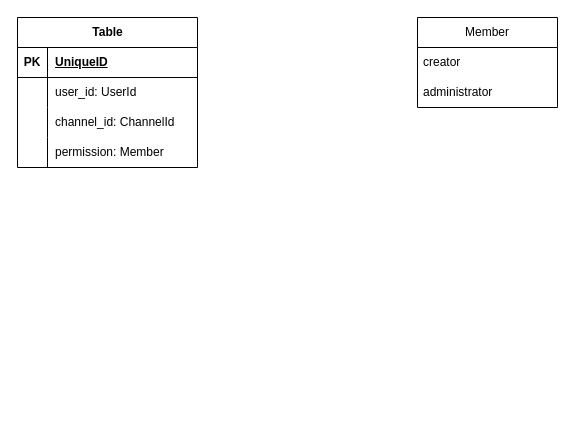
KmvRoman/Diagrams keeps this draw.io diagram as page "database cheme" (2 of 2) of ChatGPT typing.drawio. Above is the earlier version. Source tidied: cells renumbered, new cells numbered last; positions are measured from the earlier drawing's top-left corner, leaving out a move shared by most shapes. Both pictures are drawn from the tidied source at 100%, with x=0, y=0 at pixel (17, 17).
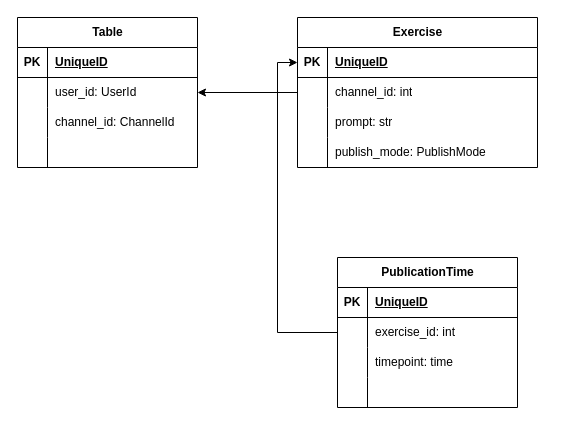
After the change.

Unchanged cells that the change refers to:
```xml
<mxCell id="6" style="shape=tableRow;horizontal=0;startSize=0;swimlaneHead=0;swimlaneBody=0;fillColor=none;points=[[0,0.5],[1,0.5]];portConstraint=eastwest;top=0;left=0;right=0;bottom=0;" parent="2" vertex="1">
  <mxGeometry y="60" width="180" height="30" as="geometry" />
</mxCell>
<mxCell id="12" style="shape=tableRow;horizontal=0;startSize=0;swimlaneHead=0;swimlaneBody=0;fillColor=none;top=0;left=0;right=0;bottom=0;" parent="2" vertex="1">
  <mxGeometry y="120" width="180" height="30" as="geometry" />
</mxCell>
```

The edit, as a diff of the source:
```diff
@@
-    <mxCell id="14" value="permission: Member" style="shape=partialRectangle;fillColor=none;top=0;left=0;bottom=0;right=0;align=left;spacingLeft=6;overflow=hidden;whiteSpace=wrap;html=1;" parent="12" vertex="1">
+    <mxCell id="14" style="shape=partialRectangle;fillColor=none;top=0;left=0;bottom=0;right=0;align=left;spacingLeft=6;overflow=hidden;whiteSpace=wrap;html=1;" parent="12" vertex="1">
       <mxGeometry x="30" width="150" height="30" as="geometry" />
     </mxCell>
-    <mxCell id="15" value="Member" style="swimlane;fontStyle=0;horizontal=1;startSize=30;whiteSpace=wrap;html=1;" parent="1" vertex="1">
-      <mxGeometry x="400" width="140" height="90" as="geometry" />
-    </mxCell>
-    <mxCell id="16" value="creator" style="text;strokeColor=none;fillColor=none;align=left;verticalAlign=middle;spacingLeft=4;spacingRight=4;overflow=hidden;whiteSpace=wrap;html=1;" parent="15" vertex="1">
-      <mxGeometry y="30" width="140" height="30" as="geometry" />
-    </mxCell>
-    <mxCell id="17" value="administrator" style="text;strokeColor=none;fillColor=none;align=left;verticalAlign=middle;spacingLeft=4;spacingRight=4;overflow=hidden;whiteSpace=wrap;html=1;" parent="15" vertex="1">
-      <mxGeometry y="60" width="140" height="30" as="geometry" />
-    </mxCell>
+    <mxCell id="18" style="edgeStyle=orthogonalEdgeStyle;rounded=0;jettySize=auto;html=1;entryX=1;entryY=0.5;entryDx=0;entryDy=0;" parent="1" edge="1" source="19" target="6">
+      <mxGeometry relative="1" as="geometry" />
+    </mxCell>
+    <mxCell id="19" value="Exercise" style="shape=table;startSize=30;childLayout=tableLayout;rowLines=0;fontStyle=1;align=center;html=1;" parent="1" vertex="1">
+      <mxGeometry x="280" width="240" height="150" as="geometry" />
+    </mxCell>
+    <mxCell id="20" style="shape=tableRow;horizontal=0;startSize=0;swimlaneHead=0;swimlaneBody=0;fillColor=none;points=[[0,0.5],[1,0.5]];portConstraint=eastwest;top=0;left=0;right=0;bottom=1;" parent="19" vertex="1">
+      <mxGeometry y="30" width="240" height="30" as="geometry" />
+    </mxCell>
+    <mxCell id="21" value="PK" style="shape=partialRectangle;fillColor=none;top=0;left=0;bottom=0;right=0;fontStyle=1;overflow=hidden;whiteSpace=wrap;html=1;" parent="20" vertex="1">
+      <mxGeometry width="30" height="30" as="geometry" />
+    </mxCell>
+    <mxCell id="22" value="UniqueID" style="shape=partialRectangle;fillColor=none;top=0;left=0;bottom=0;right=0;align=left;spacingLeft=6;fontStyle=5;overflow=hidden;whiteSpace=wrap;html=1;" parent="20" vertex="1">
+      <mxGeometry x="30" width="210" height="30" as="geometry" />
+    </mxCell>
+    <mxCell id="23" style="shape=tableRow;horizontal=0;startSize=0;swimlaneHead=0;swimlaneBody=0;fillColor=none;top=0;left=0;right=0;bottom=0;" parent="19" vertex="1">
+      <mxGeometry y="60" width="240" height="30" as="geometry" />
+    </mxCell>
+    <mxCell id="24" style="shape=partialRectangle;fillColor=none;top=0;left=0;bottom=0;right=0;overflow=hidden;whiteSpace=wrap;html=1;" parent="23" vertex="1">
+      <mxGeometry width="30" height="30" as="geometry" />
+    </mxCell>
+    <mxCell id="25" value="channel_id: int" style="shape=partialRectangle;fillColor=none;top=0;left=0;bottom=0;right=0;align=left;spacingLeft=6;overflow=hidden;whiteSpace=wrap;html=1;" parent="23" vertex="1">
+      <mxGeometry x="30" width="210" height="30" as="geometry" />
+    </mxCell>
+    <mxCell id="26" style="shape=tableRow;horizontal=0;startSize=0;swimlaneHead=0;swimlaneBody=0;fillColor=none;top=0;left=0;right=0;bottom=0;" parent="19" vertex="1">
+      <mxGeometry y="90" width="240" height="30" as="geometry" />
+    </mxCell>
+    <mxCell id="27" style="shape=partialRectangle;fillColor=none;top=0;left=0;bottom=0;right=0;overflow=hidden;whiteSpace=wrap;html=1;" parent="26" vertex="1">
+      <mxGeometry width="30" height="30" as="geometry" />
+    </mxCell>
+    <mxCell id="28" value="prompt: str" style="shape=partialRectangle;fillColor=none;top=0;left=0;bottom=0;right=0;align=left;spacingLeft=6;overflow=hidden;whiteSpace=wrap;html=1;" parent="26" vertex="1">
+      <mxGeometry x="30" width="210" height="30" as="geometry" />
+    </mxCell>
+    <mxCell id="29" style="shape=tableRow;horizontal=0;startSize=0;swimlaneHead=0;swimlaneBody=0;fillColor=none;top=0;left=0;right=0;bottom=0;" parent="19" vertex="1">
+      <mxGeometry y="120" width="240" height="30" as="geometry" />
+    </mxCell>
+    <mxCell id="30" style="shape=partialRectangle;fillColor=none;top=0;left=0;bottom=0;right=0;overflow=hidden;whiteSpace=wrap;html=1;" parent="29" vertex="1">
+      <mxGeometry width="30" height="30" as="geometry" />
+    </mxCell>
+    <mxCell id="31" value="publish_mode: PublishMode" style="shape=partialRectangle;fillColor=none;top=0;left=0;bottom=0;right=0;align=left;spacingLeft=6;overflow=hidden;whiteSpace=wrap;html=1;" parent="29" vertex="1">
+      <mxGeometry x="30" width="210" height="30" as="geometry" />
+    </mxCell>
+    <mxCell id="32" value="PublicationTime" style="shape=table;startSize=30;childLayout=tableLayout;rowLines=0;fontStyle=1;align=center;html=1;" parent="1" vertex="1">
+      <mxGeometry x="320" y="240" width="180" height="150" as="geometry" />
+    </mxCell>
+    <mxCell id="33" style="shape=tableRow;horizontal=0;startSize=0;swimlaneHead=0;swimlaneBody=0;fillColor=none;top=0;left=0;right=0;bottom=1;" parent="32" vertex="1">
+      <mxGeometry y="30" width="180" height="30" as="geometry" />
+    </mxCell>
+    <mxCell id="34" value="PK" style="shape=partialRectangle;fillColor=none;top=0;left=0;bottom=0;right=0;fontStyle=1;overflow=hidden;whiteSpace=wrap;html=1;" parent="33" vertex="1">
+      <mxGeometry width="30" height="30" as="geometry" />
+    </mxCell>
+    <mxCell id="35" value="UniqueID" style="shape=partialRectangle;fillColor=none;top=0;left=0;bottom=0;right=0;align=left;spacingLeft=6;fontStyle=5;overflow=hidden;whiteSpace=wrap;html=1;" parent="33" vertex="1">
+      <mxGeometry x="30" width="150" height="30" as="geometry" />
+    </mxCell>
+    <mxCell id="36" style="shape=tableRow;horizontal=0;startSize=0;swimlaneHead=0;swimlaneBody=0;fillColor=none;points=[[0,0.5],[1,0.5]];portConstraint=eastwest;top=0;left=0;right=0;bottom=0;" parent="32" vertex="1">
+      <mxGeometry y="60" width="180" height="30" as="geometry" />
+    </mxCell>
+    <mxCell id="37" style="shape=partialRectangle;fillColor=none;top=0;left=0;bottom=0;right=0;overflow=hidden;whiteSpace=wrap;html=1;" parent="36" vertex="1">
+      <mxGeometry width="30" height="30" as="geometry" />
+    </mxCell>
+    <mxCell id="38" value="exercise_id: int" style="shape=partialRectangle;fillColor=none;top=0;left=0;bottom=0;right=0;align=left;spacingLeft=6;overflow=hidden;whiteSpace=wrap;html=1;" parent="36" vertex="1">
+      <mxGeometry x="30" width="150" height="30" as="geometry" />
+    </mxCell>
+    <mxCell id="39" style="shape=tableRow;horizontal=0;startSize=0;swimlaneHead=0;swimlaneBody=0;fillColor=none;top=0;left=0;right=0;bottom=0;" parent="32" vertex="1">
+      <mxGeometry y="90" width="180" height="30" as="geometry" />
+    </mxCell>
+    <mxCell id="40" style="shape=partialRectangle;fillColor=none;top=0;left=0;bottom=0;right=0;overflow=hidden;whiteSpace=wrap;html=1;" parent="39" vertex="1">
+      <mxGeometry width="30" height="30" as="geometry" />
+    </mxCell>
+    <mxCell id="41" value="timepoint: time" style="shape=partialRectangle;fillColor=none;top=0;left=0;bottom=0;right=0;align=left;spacingLeft=6;overflow=hidden;whiteSpace=wrap;html=1;" parent="39" vertex="1">
+      <mxGeometry x="30" width="150" height="30" as="geometry" />
+    </mxCell>
+    <mxCell id="42" style="shape=tableRow;horizontal=0;startSize=0;swimlaneHead=0;swimlaneBody=0;fillColor=none;top=0;left=0;right=0;bottom=0;" parent="32" vertex="1">
+      <mxGeometry y="120" width="180" height="30" as="geometry" />
+    </mxCell>
+    <mxCell id="43" style="shape=partialRectangle;fillColor=none;top=0;left=0;bottom=0;right=0;overflow=hidden;whiteSpace=wrap;html=1;" parent="42" vertex="1">
+      <mxGeometry width="30" height="30" as="geometry" />
+    </mxCell>
+    <mxCell id="44" style="shape=partialRectangle;fillColor=none;top=0;left=0;bottom=0;right=0;align=left;spacingLeft=6;overflow=hidden;whiteSpace=wrap;html=1;" parent="42" vertex="1">
+      <mxGeometry x="30" width="150" height="30" as="geometry" />
+    </mxCell>
+    <mxCell id="45" style="edgeStyle=orthogonalEdgeStyle;rounded=0;jettySize=auto;html=1;entryX=0;entryY=0.5;entryDx=0;entryDy=0;" parent="1" edge="1" source="36" target="20">
+      <mxGeometry relative="1" as="geometry" />
+    </mxCell>
```
